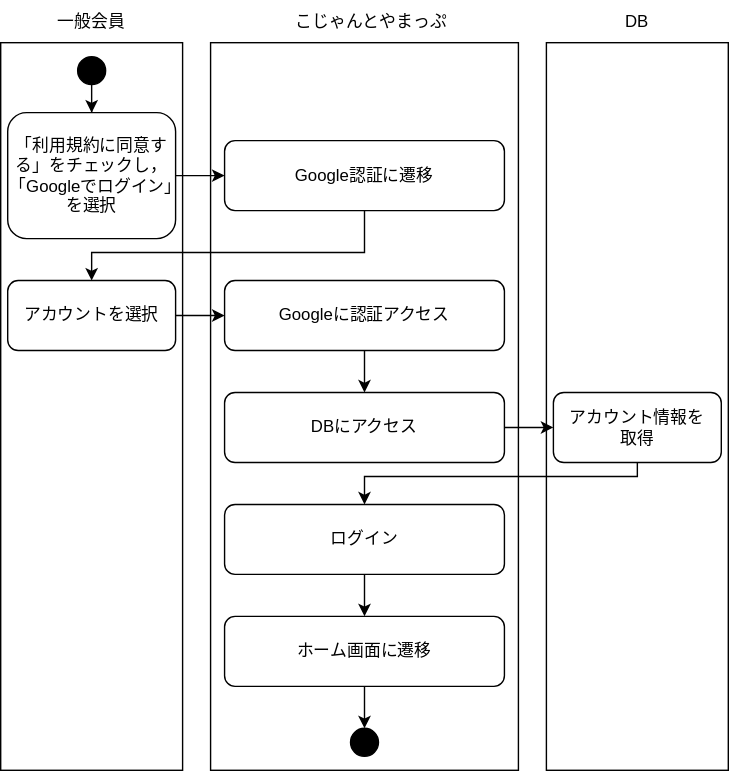
The draw.io diagram figures/admin_login.svg in KUT-Group12/external-design, before a commit. Source tidied: cells renumbered, new cells last; positions are measured from the earlier drawing's top-left corner, leaving out a move shared by most shapes.
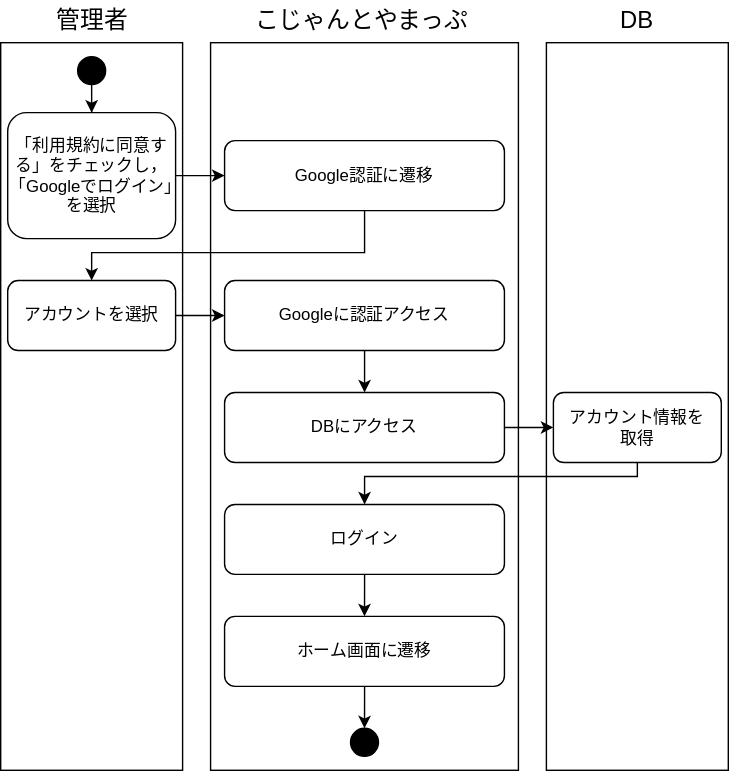
After the commit.

Commit message:
docs : 画像内の文字を変更

What changed in the source:
```diff
@@ -11,8 +11,8 @@
     <mxCell id="4" style="rounded=0;whiteSpace=wrap;html=1;" parent="1" vertex="1">
       <mxGeometry x="390" y="30" width="130" height="520" as="geometry" />
     </mxCell>
-    <mxCell id="5" value="一般会員" style="text;html=1;whiteSpace=wrap;strokeColor=none;fillColor=none;align=center;verticalAlign=middle;rounded=0;" parent="1" vertex="1">
-      <mxGeometry x="35" width="60" height="30" as="geometry" />
+    <mxCell id="5" value="管理者" style="text;html=1;whiteSpace=wrap;strokeColor=none;fillColor=none;align=center;verticalAlign=middle;rounded=0;fontSize=17;" parent="1" vertex="1">
+      <mxGeometry x="27.5" width="75" height="30" as="geometry" />
     </mxCell>
     <mxCell id="6" style="edgeStyle=orthogonalEdgeStyle;rounded=0;jettySize=auto;html=1;" parent="1" edge="1" source="7" target="9">
       <mxGeometry relative="1" as="geometry" />
@@ -81,10 +81,10 @@
         </Array>
       </mxGeometry>
     </mxCell>
-    <mxCell id="25" value="こじゃんとやまっぷ" style="text;html=1;whiteSpace=wrap;strokeColor=none;fillColor=none;align=center;verticalAlign=middle;rounded=0;" parent="1" vertex="1">
-      <mxGeometry x="200" width="130" height="30" as="geometry" />
+    <mxCell id="25" value="こじゃんとやまっぷ" style="text;html=1;whiteSpace=wrap;strokeColor=none;fillColor=none;align=center;verticalAlign=middle;rounded=0;fontSize=17;" parent="1" vertex="1">
+      <mxGeometry x="177.5" width="160" height="30" as="geometry" />
     </mxCell>
-    <mxCell id="26" value="DB" style="text;html=1;whiteSpace=wrap;strokeColor=none;fillColor=none;align=center;verticalAlign=middle;rounded=0;" parent="1" vertex="1">
+    <mxCell id="26" value="DB" style="text;html=1;whiteSpace=wrap;strokeColor=none;fillColor=none;align=center;verticalAlign=middle;rounded=0;fontSize=17;" parent="1" vertex="1">
       <mxGeometry x="425" width="60" height="30" as="geometry" />
     </mxCell>
   </root>
```
